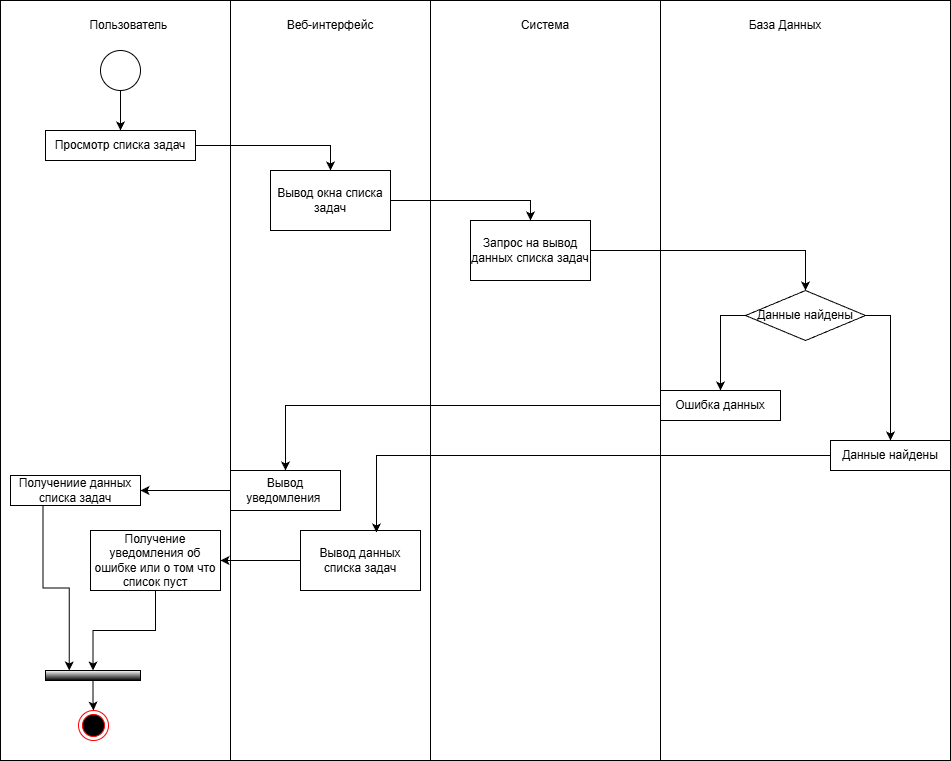
This is деятелньости вывод списка задач.png from AleksandrMeshkov/Diplom, a draw.io export, as it was before one commit. Source tidied: cells renumbered, new cells last; positions are measured from the earlier drawing's top-left corner, leaving out a move shared by most shapes. Its diagram source:
```xml
<mxGraphModel>
  <root>
    <mxCell id="0" />
    <mxCell id="1" parent="0" />
    <mxCell id="2" style="rounded=0;whiteSpace=wrap;html=1;" parent="1" vertex="1">
      <mxGeometry width="230" height="760" as="geometry" />
    </mxCell>
    <mxCell id="3" style="rounded=0;whiteSpace=wrap;html=1;" parent="1" vertex="1">
      <mxGeometry x="230" width="200" height="760" as="geometry" />
    </mxCell>
    <mxCell id="4" style="rounded=0;whiteSpace=wrap;html=1;" parent="1" vertex="1">
      <mxGeometry x="430" width="230" height="760" as="geometry" />
    </mxCell>
    <mxCell id="5" value="Пользователь&amp;nbsp;" style="text;html=1;whiteSpace=wrap;strokeColor=none;fillColor=none;align=center;verticalAlign=middle;rounded=0;" parent="1" vertex="1">
      <mxGeometry x="100" y="10" width="60" height="30" as="geometry" />
    </mxCell>
    <mxCell id="6" value="Система" style="text;html=1;whiteSpace=wrap;strokeColor=none;fillColor=none;align=center;verticalAlign=middle;rounded=0;" parent="1" vertex="1">
      <mxGeometry x="515" y="10" width="60" height="30" as="geometry" />
    </mxCell>
    <mxCell id="7" value="Веб-интерфейс" style="text;html=1;whiteSpace=wrap;strokeColor=none;fillColor=none;align=center;verticalAlign=middle;rounded=0;" parent="1" vertex="1">
      <mxGeometry x="285" y="10" width="90" height="30" as="geometry" />
    </mxCell>
    <mxCell id="8" style="rounded=0;whiteSpace=wrap;html=1;" parent="1" vertex="1">
      <mxGeometry x="660" width="290" height="760" as="geometry" />
    </mxCell>
    <mxCell id="9" value="База Данных" style="text;html=1;whiteSpace=wrap;strokeColor=none;fillColor=none;align=center;verticalAlign=middle;rounded=0;" parent="1" vertex="1">
      <mxGeometry x="725" y="10" width="120" height="30" as="geometry" />
    </mxCell>
    <mxCell id="10" style="edgeStyle=orthogonalEdgeStyle;rounded=0;jettySize=auto;html=1;" parent="1" edge="1" source="11" target="13">
      <mxGeometry relative="1" as="geometry" />
    </mxCell>
    <mxCell id="11" style="ellipse;whiteSpace=wrap;html=1;" parent="1" vertex="1">
      <mxGeometry x="100" y="50" width="40" height="40" as="geometry" />
    </mxCell>
    <mxCell id="12" style="edgeStyle=orthogonalEdgeStyle;rounded=0;jettySize=auto;html=1;entryX=0.5;entryY=0;entryDx=0;entryDy=0;" parent="1" edge="1" source="13" target="15">
      <mxGeometry relative="1" as="geometry" />
    </mxCell>
    <mxCell id="13" value="Просмотр списка задач" style="rounded=0;whiteSpace=wrap;html=1;" parent="1" vertex="1">
      <mxGeometry x="45" y="130" width="150" height="30" as="geometry" />
    </mxCell>
    <mxCell id="14" style="edgeStyle=orthogonalEdgeStyle;rounded=0;jettySize=auto;html=1;entryX=0.5;entryY=0;entryDx=0;entryDy=0;" parent="1" edge="1" source="15" target="17">
      <mxGeometry relative="1" as="geometry" />
    </mxCell>
    <mxCell id="15" value="Вывод окна списка задач" style="rounded=0;whiteSpace=wrap;html=1;" parent="1" vertex="1">
      <mxGeometry x="270" y="170" width="120" height="60" as="geometry" />
    </mxCell>
    <mxCell id="16" style="edgeStyle=orthogonalEdgeStyle;rounded=0;jettySize=auto;html=1;exitX=1;exitY=0.5;exitDx=0;exitDy=0;entryX=0.5;entryY=0;entryDx=0;entryDy=0;" parent="1" edge="1" source="17" target="20">
      <mxGeometry relative="1" as="geometry" />
    </mxCell>
    <mxCell id="17" value="Запрос на вывод данных списка задач" style="rounded=0;whiteSpace=wrap;html=1;" parent="1" vertex="1">
      <mxGeometry x="470" y="220" width="120" height="60" as="geometry" />
    </mxCell>
    <mxCell id="18" style="edgeStyle=orthogonalEdgeStyle;rounded=0;jettySize=auto;html=1;exitX=0;exitY=0.5;exitDx=0;exitDy=0;" parent="1" edge="1" source="20" target="22">
      <mxGeometry relative="1" as="geometry" />
    </mxCell>
    <mxCell id="19" style="edgeStyle=orthogonalEdgeStyle;rounded=0;jettySize=auto;html=1;entryX=0.5;entryY=0;entryDx=0;entryDy=0;exitX=1;exitY=0.5;exitDx=0;exitDy=0;" parent="1" edge="1" source="20" target="23">
      <mxGeometry relative="1" as="geometry" />
    </mxCell>
    <mxCell id="20" value="Данные найдены" style="rhombus;whiteSpace=wrap;html=1;" parent="1" vertex="1">
      <mxGeometry x="745" y="290" width="120" height="50" as="geometry" />
    </mxCell>
    <mxCell id="21" style="edgeStyle=orthogonalEdgeStyle;rounded=0;jettySize=auto;html=1;entryX=0.5;entryY=0;entryDx=0;entryDy=0;" parent="1" edge="1" source="22" target="25">
      <mxGeometry relative="1" as="geometry" />
    </mxCell>
    <mxCell id="22" value="Ошибка данных" style="rounded=0;whiteSpace=wrap;html=1;" parent="1" vertex="1">
      <mxGeometry x="660" y="390" width="120" height="30" as="geometry" />
    </mxCell>
    <mxCell id="23" value="Данные найдены" style="rounded=0;whiteSpace=wrap;html=1;" parent="1" vertex="1">
      <mxGeometry x="830" y="440" width="120" height="30" as="geometry" />
    </mxCell>
    <mxCell id="24" style="edgeStyle=orthogonalEdgeStyle;rounded=0;jettySize=auto;html=1;entryX=1;entryY=0.5;entryDx=0;entryDy=0;" parent="1" edge="1" source="25" target="27">
      <mxGeometry relative="1" as="geometry" />
    </mxCell>
    <mxCell id="25" value="Вывод уведомления&amp;nbsp;" style="rounded=0;whiteSpace=wrap;html=1;" parent="1" vertex="1">
      <mxGeometry x="230" y="470" width="110" height="40" as="geometry" />
    </mxCell>
    <mxCell id="26" style="edgeStyle=orthogonalEdgeStyle;rounded=0;jettySize=auto;html=1;entryX=0.25;entryY=0;entryDx=0;entryDy=0;exitX=0.25;exitY=1;exitDx=0;exitDy=0;" parent="1" edge="1" source="27" target="34">
      <mxGeometry relative="1" as="geometry" />
    </mxCell>
    <mxCell id="27" value="Получениие данных списка задач" style="rounded=0;whiteSpace=wrap;html=1;" parent="1" vertex="1">
      <mxGeometry x="10" y="475" width="130" height="30" as="geometry" />
    </mxCell>
    <mxCell id="28" style="edgeStyle=orthogonalEdgeStyle;rounded=0;jettySize=auto;html=1;entryX=0.5;entryY=0;entryDx=0;entryDy=0;" parent="1" edge="1" source="29" target="34">
      <mxGeometry relative="1" as="geometry" />
    </mxCell>
    <mxCell id="29" value="Получение уведомления об ошибке или о том что список пуст" style="rounded=0;whiteSpace=wrap;html=1;" parent="1" vertex="1">
      <mxGeometry x="90" y="530" width="130" height="60" as="geometry" />
    </mxCell>
    <mxCell id="30" style="edgeStyle=orthogonalEdgeStyle;rounded=0;jettySize=auto;html=1;entryX=1;entryY=0.5;entryDx=0;entryDy=0;" parent="1" edge="1" source="31" target="29">
      <mxGeometry relative="1" as="geometry" />
    </mxCell>
    <mxCell id="31" value="Вывод данных списка задач" style="rounded=0;whiteSpace=wrap;html=1;" parent="1" vertex="1">
      <mxGeometry x="300" y="530" width="120" height="60" as="geometry" />
    </mxCell>
    <mxCell id="32" style="edgeStyle=orthogonalEdgeStyle;rounded=0;jettySize=auto;html=1;entryX=0.633;entryY=0.033;entryDx=0;entryDy=0;entryPerimeter=0;" parent="1" edge="1" source="23" target="31">
      <mxGeometry relative="1" as="geometry" />
    </mxCell>
    <mxCell id="33" style="edgeStyle=orthogonalEdgeStyle;rounded=0;jettySize=auto;html=1;" parent="1" edge="1" source="34" target="35">
      <mxGeometry relative="1" as="geometry" />
    </mxCell>
    <mxCell id="34" style="rounded=0;whiteSpace=wrap;html=1;strokeColor=#000000;gradientColor=default;" parent="1" vertex="1">
      <mxGeometry x="45" y="670" width="95" height="10" as="geometry" />
    </mxCell>
    <mxCell id="35" style="ellipse;html=1;shape=endState;fillColor=#000000;strokeColor=#ff0000;" parent="1" vertex="1">
      <mxGeometry x="78" y="710" width="30" height="30" as="geometry" />
    </mxCell>
  </root>
</mxGraphModel>
```
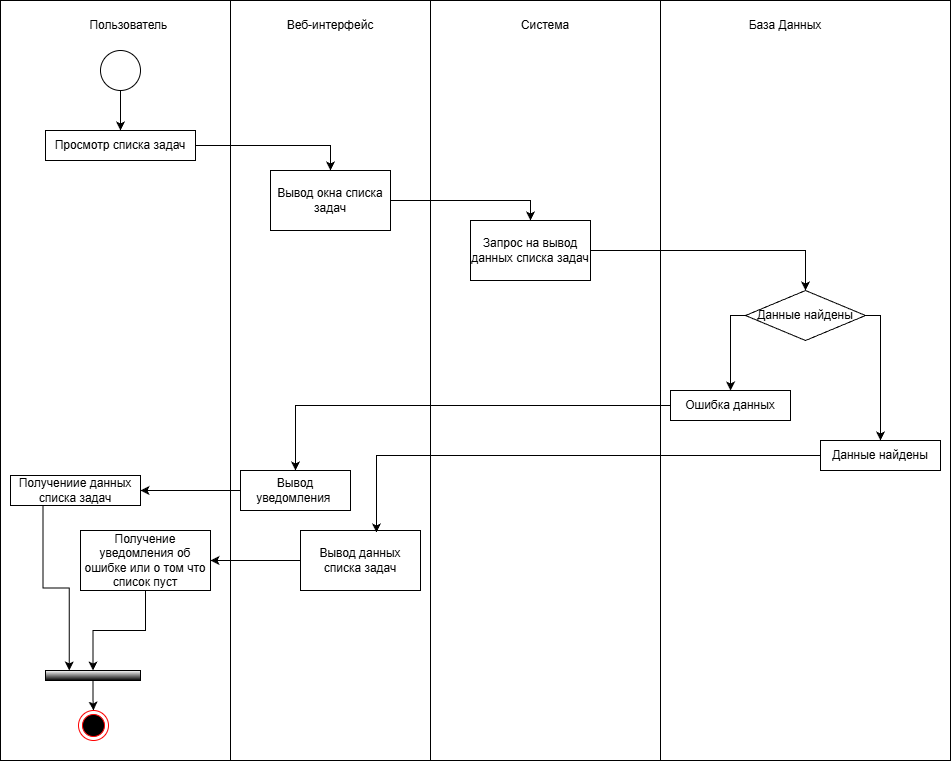
The same file after the commit.

What changed in the source:
```diff
@@ -2,15 +2,15 @@
   <root>
     <mxCell id="0" />
     <mxCell id="1" parent="0" />
-    <mxCell id="2" style="rounded=0;whiteSpace=wrap;html=1;" parent="1" vertex="1">
-      <mxGeometry width="230" height="760" as="geometry" />
-    </mxCell>
-    <mxCell id="3" style="rounded=0;whiteSpace=wrap;html=1;" parent="1" vertex="1">
-      <mxGeometry x="230" width="200" height="760" as="geometry" />
-    </mxCell>
-    <mxCell id="4" style="rounded=0;whiteSpace=wrap;html=1;" parent="1" vertex="1">
-      <mxGeometry x="430" width="230" height="760" as="geometry" />
-    </mxCell>
+    <mxCell id="36" style="rounded=0;whiteSpace=wrap;html=1;" parent="1" vertex="1">
+      <mxGeometry width="230" height="760" as="geometry" />
+    </mxCell>
+    <mxCell id="37" style="rounded=0;whiteSpace=wrap;html=1;" parent="1" vertex="1">
+      <mxGeometry x="230" width="200" height="760" as="geometry" />
+    </mxCell>
+    <mxCell id="38" style="rounded=0;whiteSpace=wrap;html=1;" parent="1" vertex="1">
+      <mxGeometry x="430" width="230" height="760" as="geometry" />
+    </mxCell>
     <mxCell id="5" value="Пользователь&amp;nbsp;" style="text;html=1;whiteSpace=wrap;strokeColor=none;fillColor=none;align=center;verticalAlign=middle;rounded=0;" parent="1" vertex="1">
       <mxGeometry x="100" y="10" width="60" height="30" as="geometry" />
     </mxCell>
@@ -20,18 +20,18 @@
     <mxCell id="7" value="Веб-интерфейс" style="text;html=1;whiteSpace=wrap;strokeColor=none;fillColor=none;align=center;verticalAlign=middle;rounded=0;" parent="1" vertex="1">
       <mxGeometry x="285" y="10" width="90" height="30" as="geometry" />
     </mxCell>
-    <mxCell id="8" style="rounded=0;whiteSpace=wrap;html=1;" parent="1" vertex="1">
-      <mxGeometry x="660" width="290" height="760" as="geometry" />
-    </mxCell>
+    <mxCell id="39" style="rounded=0;whiteSpace=wrap;html=1;" parent="1" vertex="1">
+      <mxGeometry x="660" width="290" height="760" as="geometry" />
+    </mxCell>
     <mxCell id="9" value="База Данных" style="text;html=1;whiteSpace=wrap;strokeColor=none;fillColor=none;align=center;verticalAlign=middle;rounded=0;" parent="1" vertex="1">
       <mxGeometry x="725" y="10" width="120" height="30" as="geometry" />
     </mxCell>
-    <mxCell id="10" style="edgeStyle=orthogonalEdgeStyle;rounded=0;jettySize=auto;html=1;" parent="1" edge="1" source="11" target="13">
-      <mxGeometry relative="1" as="geometry" />
-    </mxCell>
-    <mxCell id="11" style="ellipse;whiteSpace=wrap;html=1;" parent="1" vertex="1">
-      <mxGeometry x="100" y="50" width="40" height="40" as="geometry" />
-    </mxCell>
+    <mxCell id="40" style="edgeStyle=orthogonalEdgeStyle;rounded=0;jettySize=auto;html=1;" parent="1" edge="1" source="41" target="13">
+      <mxGeometry relative="1" as="geometry" />
+    </mxCell>
+    <mxCell id="41" style="ellipse;whiteSpace=wrap;html=1;" parent="1" vertex="1">
+      <mxGeometry x="100" y="50" width="40" height="40" as="geometry" />
+    </mxCell>
     <mxCell id="12" style="edgeStyle=orthogonalEdgeStyle;rounded=0;jettySize=auto;html=1;entryX=0.5;entryY=0;entryDx=0;entryDy=0;" parent="1" edge="1" source="13" target="15">
       <mxGeometry relative="1" as="geometry" />
     </mxCell>
@@ -51,10 +51,18 @@
       <mxGeometry x="470" y="220" width="120" height="60" as="geometry" />
     </mxCell>
     <mxCell id="18" style="edgeStyle=orthogonalEdgeStyle;rounded=0;jettySize=auto;html=1;exitX=0;exitY=0.5;exitDx=0;exitDy=0;" parent="1" edge="1" source="20" target="22">
-      <mxGeometry relative="1" as="geometry" />
+      <mxGeometry relative="1" as="geometry">
+        <Array as="points">
+          <mxPoint x="730" y="315" />
+        </Array>
+      </mxGeometry>
     </mxCell>
     <mxCell id="19" style="edgeStyle=orthogonalEdgeStyle;rounded=0;jettySize=auto;html=1;entryX=0.5;entryY=0;entryDx=0;entryDy=0;exitX=1;exitY=0.5;exitDx=0;exitDy=0;" parent="1" edge="1" source="20" target="23">
-      <mxGeometry relative="1" as="geometry" />
+      <mxGeometry relative="1" as="geometry">
+        <Array as="points">
+          <mxPoint x="880" y="315" />
+        </Array>
+      </mxGeometry>
     </mxCell>
     <mxCell id="20" value="Данные найдены" style="rhombus;whiteSpace=wrap;html=1;" parent="1" vertex="1">
       <mxGeometry x="745" y="290" width="120" height="50" as="geometry" />
@@ -63,28 +71,28 @@
       <mxGeometry relative="1" as="geometry" />
     </mxCell>
     <mxCell id="22" value="Ошибка данных" style="rounded=0;whiteSpace=wrap;html=1;" parent="1" vertex="1">
-      <mxGeometry x="660" y="390" width="120" height="30" as="geometry" />
+      <mxGeometry x="670" y="390" width="120" height="30" as="geometry" />
     </mxCell>
     <mxCell id="23" value="Данные найдены" style="rounded=0;whiteSpace=wrap;html=1;" parent="1" vertex="1">
-      <mxGeometry x="830" y="440" width="120" height="30" as="geometry" />
+      <mxGeometry x="820" y="440" width="120" height="30" as="geometry" />
     </mxCell>
     <mxCell id="24" style="edgeStyle=orthogonalEdgeStyle;rounded=0;jettySize=auto;html=1;entryX=1;entryY=0.5;entryDx=0;entryDy=0;" parent="1" edge="1" source="25" target="27">
       <mxGeometry relative="1" as="geometry" />
     </mxCell>
     <mxCell id="25" value="Вывод уведомления&amp;nbsp;" style="rounded=0;whiteSpace=wrap;html=1;" parent="1" vertex="1">
-      <mxGeometry x="230" y="470" width="110" height="40" as="geometry" />
+      <mxGeometry x="240" y="470" width="110" height="40" as="geometry" />
     </mxCell>
-    <mxCell id="26" style="edgeStyle=orthogonalEdgeStyle;rounded=0;jettySize=auto;html=1;entryX=0.25;entryY=0;entryDx=0;entryDy=0;exitX=0.25;exitY=1;exitDx=0;exitDy=0;" parent="1" edge="1" source="27" target="34">
-      <mxGeometry relative="1" as="geometry" />
-    </mxCell>
+    <mxCell id="42" style="edgeStyle=orthogonalEdgeStyle;rounded=0;jettySize=auto;html=1;entryX=0.25;entryY=0;entryDx=0;entryDy=0;exitX=0.25;exitY=1;exitDx=0;exitDy=0;" parent="1" edge="1" source="27" target="45">
+      <mxGeometry relative="1" as="geometry" />
+    </mxCell>
     <mxCell id="27" value="Получениие данных списка задач" style="rounded=0;whiteSpace=wrap;html=1;" parent="1" vertex="1">
       <mxGeometry x="10" y="475" width="130" height="30" as="geometry" />
     </mxCell>
-    <mxCell id="28" style="edgeStyle=orthogonalEdgeStyle;rounded=0;jettySize=auto;html=1;entryX=0.5;entryY=0;entryDx=0;entryDy=0;" parent="1" edge="1" source="29" target="34">
-      <mxGeometry relative="1" as="geometry" />
-    </mxCell>
+    <mxCell id="43" style="edgeStyle=orthogonalEdgeStyle;rounded=0;jettySize=auto;html=1;entryX=0.5;entryY=0;entryDx=0;entryDy=0;" parent="1" edge="1" source="29" target="45">
+      <mxGeometry relative="1" as="geometry" />
+    </mxCell>
     <mxCell id="29" value="Получение уведомления об ошибке или о том что список пуст" style="rounded=0;whiteSpace=wrap;html=1;" parent="1" vertex="1">
-      <mxGeometry x="90" y="530" width="130" height="60" as="geometry" />
+      <mxGeometry x="80" y="530" width="130" height="60" as="geometry" />
     </mxCell>
     <mxCell id="30" style="edgeStyle=orthogonalEdgeStyle;rounded=0;jettySize=auto;html=1;entryX=1;entryY=0.5;entryDx=0;entryDy=0;" parent="1" edge="1" source="31" target="29">
       <mxGeometry relative="1" as="geometry" />
@@ -95,14 +103,14 @@
     <mxCell id="32" style="edgeStyle=orthogonalEdgeStyle;rounded=0;jettySize=auto;html=1;entryX=0.633;entryY=0.033;entryDx=0;entryDy=0;entryPerimeter=0;" parent="1" edge="1" source="23" target="31">
       <mxGeometry relative="1" as="geometry" />
     </mxCell>
-    <mxCell id="33" style="edgeStyle=orthogonalEdgeStyle;rounded=0;jettySize=auto;html=1;" parent="1" edge="1" source="34" target="35">
-      <mxGeometry relative="1" as="geometry" />
-    </mxCell>
-    <mxCell id="34" style="rounded=0;whiteSpace=wrap;html=1;strokeColor=#000000;gradientColor=default;" parent="1" vertex="1">
-      <mxGeometry x="45" y="670" width="95" height="10" as="geometry" />
-    </mxCell>
-    <mxCell id="35" style="ellipse;html=1;shape=endState;fillColor=#000000;strokeColor=#ff0000;" parent="1" vertex="1">
-      <mxGeometry x="78" y="710" width="30" height="30" as="geometry" />
-    </mxCell>
+    <mxCell id="44" style="edgeStyle=orthogonalEdgeStyle;rounded=0;jettySize=auto;html=1;" parent="1" edge="1" source="45" target="46">
+      <mxGeometry relative="1" as="geometry" />
+    </mxCell>
+    <mxCell id="45" style="rounded=0;whiteSpace=wrap;html=1;strokeColor=#000000;gradientColor=default;" parent="1" vertex="1">
+      <mxGeometry x="45" y="670" width="95" height="10" as="geometry" />
+    </mxCell>
+    <mxCell id="46" style="ellipse;html=1;shape=endState;fillColor=#000000;strokeColor=#ff0000;" parent="1" vertex="1">
+      <mxGeometry x="78" y="710" width="30" height="30" as="geometry" />
+    </mxCell>
   </root>
 </mxGraphModel>
```
